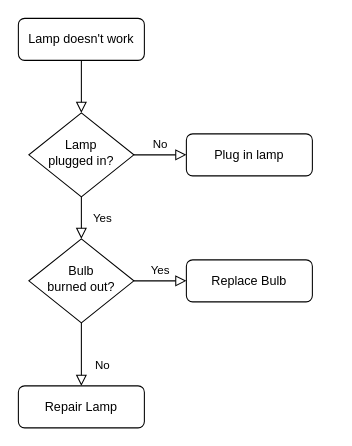
The draw.io diagram Untitled Diagram.drawio in tinasamanta89/testproject, before the edit. Source tidied: cells renumbered, new cells numbered last; positions are measured from the earlier drawing's top-left corner, leaving out a move shared by most shapes. Both pictures are drawn from the tidied source at 105%, with x=0, y=0 at pixel (18, 18).
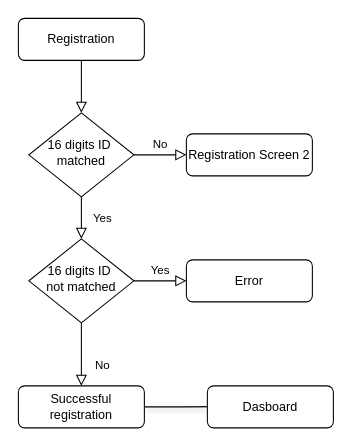
After the change.

Change to the diagram source:
```diff
@@
 <mxGraphModel>
   <root>
     <mxCell id="0" />
     <mxCell id="1" parent="0" />
     <mxCell id="2" style="rounded=0;html=1;jettySize=auto;fontSize=11;endArrow=block;endFill=0;endSize=8;strokeWidth=1;shadow=0;labelBackgroundColor=none;edgeStyle=orthogonalEdgeStyle;" parent="1" edge="1" source="3" target="6">
       <mxGeometry relative="1" as="geometry" />
     </mxCell>
-    <mxCell id="3" value="Lamp doesn't work" style="rounded=1;whiteSpace=wrap;html=1;fontSize=12;glass=0;strokeWidth=1;shadow=0;" parent="1" vertex="1">
+    <mxCell id="3" value="Registration" style="rounded=1;whiteSpace=wrap;html=1;fontSize=12;glass=0;strokeWidth=1;shadow=0;" parent="1" vertex="1">
       <mxGeometry width="120" height="40" as="geometry" />
     </mxCell>
     <mxCell id="4" value="Yes" style="rounded=0;html=1;jettySize=auto;fontSize=11;endArrow=block;endFill=0;endSize=8;strokeWidth=1;shadow=0;labelBackgroundColor=none;edgeStyle=orthogonalEdgeStyle;" parent="1" edge="1" source="6" target="10">
       <mxGeometry y="20" relative="1" as="geometry" />
     </mxCell>
     <mxCell id="5" value="No" style="edgeStyle=orthogonalEdgeStyle;rounded=0;html=1;jettySize=auto;fontSize=11;endArrow=block;endFill=0;endSize=8;strokeWidth=1;shadow=0;labelBackgroundColor=none;" parent="1" edge="1" source="6" target="7">
       <mxGeometry y="10" relative="1" as="geometry" />
     </mxCell>
-    <mxCell id="6" value="Lamp&lt;br&gt;plugged in?" style="rhombus;whiteSpace=wrap;html=1;shadow=0;fontFamily=Helvetica;fontSize=12;align=center;strokeWidth=1;spacing=6;spacingTop=-4;" parent="1" vertex="1">
+    <mxCell id="6" value="16 digits ID&amp;nbsp;&lt;div&gt;matched&lt;/div&gt;" style="rhombus;whiteSpace=wrap;html=1;shadow=0;fontFamily=Helvetica;fontSize=12;align=center;strokeWidth=1;spacing=6;spacingTop=-4;" parent="1" vertex="1">
       <mxGeometry x="10" y="90" width="100" height="80" as="geometry" />
     </mxCell>
-    <mxCell id="7" value="Plug in lamp" style="rounded=1;whiteSpace=wrap;html=1;fontSize=12;glass=0;strokeWidth=1;shadow=0;" parent="1" vertex="1">
+    <mxCell id="7" value="Registration Screen 2" style="rounded=1;whiteSpace=wrap;html=1;fontSize=12;glass=0;strokeWidth=1;shadow=0;" parent="1" vertex="1">
       <mxGeometry x="160" y="110" width="120" height="40" as="geometry" />
     </mxCell>
     <mxCell id="8" value="No" style="rounded=0;html=1;jettySize=auto;fontSize=11;endArrow=block;endFill=0;endSize=8;strokeWidth=1;shadow=0;labelBackgroundColor=none;edgeStyle=orthogonalEdgeStyle;" parent="1" edge="1" source="10" target="11">
       <mxGeometry x="0.33" y="20" relative="1" as="geometry" />
     </mxCell>
     <mxCell id="9" value="Yes" style="edgeStyle=orthogonalEdgeStyle;rounded=0;html=1;jettySize=auto;fontSize=11;endArrow=block;endFill=0;endSize=8;strokeWidth=1;shadow=0;labelBackgroundColor=none;" parent="1" edge="1" source="10" target="12">
       <mxGeometry y="10" relative="1" as="geometry" />
     </mxCell>
-    <mxCell id="10" value="Bulb&lt;br&gt;burned out?" style="rhombus;whiteSpace=wrap;html=1;shadow=0;fontFamily=Helvetica;fontSize=12;align=center;strokeWidth=1;spacing=6;spacingTop=-4;" parent="1" vertex="1">
+    <mxCell id="10" value="16 digits ID&amp;nbsp;&lt;div&gt;not matched&lt;/div&gt;" style="rhombus;whiteSpace=wrap;html=1;shadow=0;fontFamily=Helvetica;fontSize=12;align=center;strokeWidth=1;spacing=6;spacingTop=-4;" parent="1" vertex="1">
       <mxGeometry x="10" y="210" width="100" height="80" as="geometry" />
     </mxCell>
+    <mxCell id="13" style="edgeStyle=orthogonalEdgeStyle;rounded=0;jettySize=auto;html=1;exitX=1;exitY=0.5;exitDx=0;exitDy=0;shadow=1;" parent="1" edge="1" source="11">
+      <mxGeometry relative="1" as="geometry">
+        <mxPoint x="200" y="369.7" as="targetPoint" />
+      </mxGeometry>
+    </mxCell>
-    <mxCell id="11" value="Repair Lamp" style="rounded=1;whiteSpace=wrap;html=1;fontSize=12;glass=0;strokeWidth=1;shadow=0;" parent="1" vertex="1">
+    <mxCell id="11" value="Successful registration" style="rounded=1;whiteSpace=wrap;html=1;fontSize=12;glass=0;strokeWidth=1;shadow=0;" parent="1" vertex="1">
       <mxGeometry y="350" width="120" height="40" as="geometry" />
     </mxCell>
-    <mxCell id="12" value="Replace Bulb" style="rounded=1;whiteSpace=wrap;html=1;fontSize=12;glass=0;strokeWidth=1;shadow=0;" parent="1" vertex="1">
+    <mxCell id="12" value="Error" style="rounded=1;whiteSpace=wrap;html=1;fontSize=12;glass=0;strokeWidth=1;shadow=0;" parent="1" vertex="1">
       <mxGeometry x="160" y="230" width="120" height="40" as="geometry" />
     </mxCell>
+    <mxCell id="14" value="Dasboard" style="rounded=1;whiteSpace=wrap;html=1;" parent="1" vertex="1">
+      <mxGeometry x="180" y="350" width="120" height="40" as="geometry" />
+    </mxCell>
   </root>
 </mxGraphModel>
```
